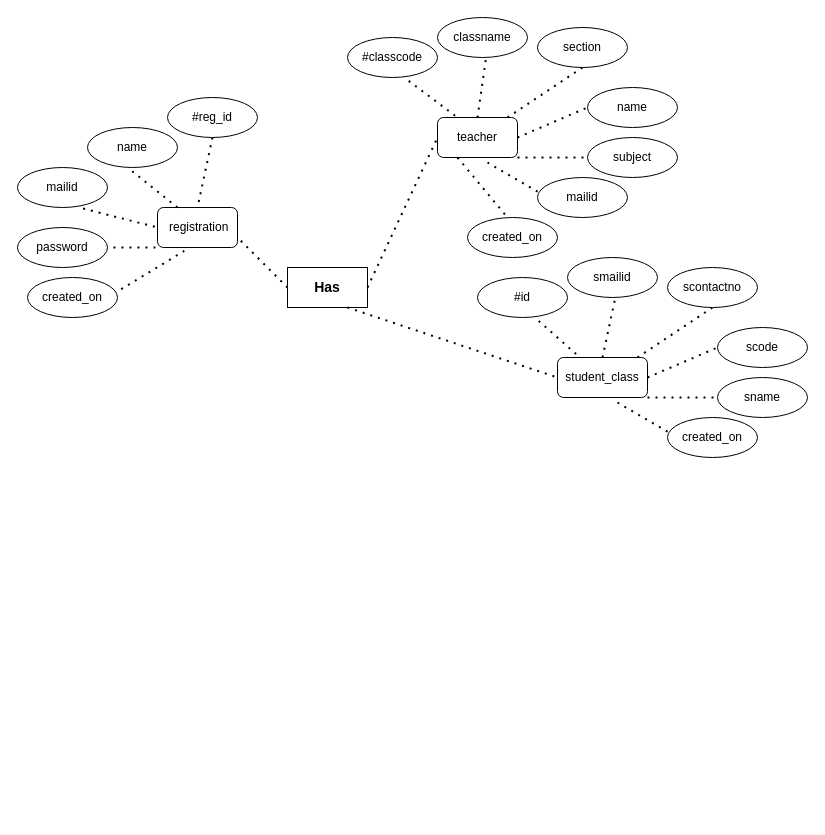
Above: VirtualClassroom/src/main/webapp/Custom CSS/Untitled Diagram.drawio in SPASM-project/Software-Project (draw.io), before the change. Source tidied: cells renumbered, new cells numbered last; positions are measured from the earlier drawing's top-left corner, leaving out a move shared by most shapes. Both pictures are drawn from the tidied source at 100%, with x=0, y=0 at pixel (17, 17).
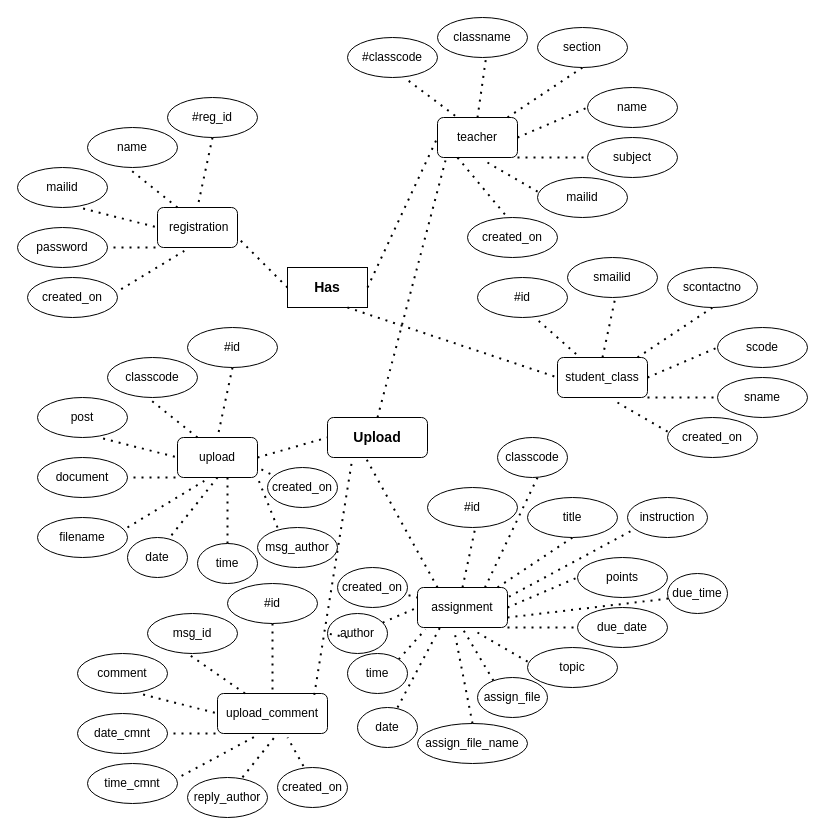
The same diagram, later.

The change refers to these unchanged cells:
```xml
<mxCell id="15" value="teacher" style="rounded=1;whiteSpace=wrap;html=1;" parent="1" vertex="1">
  <mxGeometry x="420" y="100" width="80" height="40" as="geometry" />
</mxCell>
```

Diff of the diagram source:
```diff
@@
+    <mxCell id="45" style="endArrow=none;dashed=1;html=1;dashPattern=1 3;strokeWidth=2;entryX=0.1;entryY=1.075;entryDx=0;entryDy=0;entryPerimeter=0;" parent="1" edge="1" target="15">
+      <mxGeometry relative="1" as="geometry">
+        <mxPoint x="360" y="400" as="sourcePoint" />
+      </mxGeometry>
+    </mxCell>
+    <mxCell id="46" value="&lt;font style=&quot;font-size: 14px&quot;&gt;&lt;b&gt;Upload&lt;/b&gt;&lt;/font&gt;" style="rounded=1;whiteSpace=wrap;html=1;" parent="1" vertex="1">
+      <mxGeometry x="310" y="400" width="100" height="40" as="geometry" />
+    </mxCell>
+    <mxCell id="47" value="upload" style="rounded=1;whiteSpace=wrap;html=1;" parent="1" vertex="1">
+      <mxGeometry x="160" y="420" width="80" height="40" as="geometry" />
+    </mxCell>
+    <mxCell id="48" style="endArrow=none;dashed=1;html=1;dashPattern=1 3;strokeWidth=2;exitX=0.25;exitY=0;exitDx=0;exitDy=0;" parent="1" edge="1" source="47">
+      <mxGeometry relative="1" as="geometry">
+        <mxPoint x="130" y="380" as="targetPoint" />
+      </mxGeometry>
+    </mxCell>
+    <mxCell id="49" style="endArrow=none;dashed=1;html=1;dashPattern=1 3;strokeWidth=2;exitX=0.729;exitY=1.025;exitDx=0;exitDy=0;exitPerimeter=0;" parent="1" edge="1" source="51">
+      <mxGeometry relative="1" as="geometry">
+        <mxPoint x="160" y="440" as="targetPoint" />
+      </mxGeometry>
+    </mxCell>
+    <mxCell id="50" value="classcode" style="ellipse;whiteSpace=wrap;html=1;" parent="1" vertex="1">
+      <mxGeometry x="90" y="340" width="90" height="40" as="geometry" />
+    </mxCell>
+    <mxCell id="51" value="post" style="ellipse;whiteSpace=wrap;html=1;" parent="1" vertex="1">
+      <mxGeometry x="20" y="380" width="90" height="40" as="geometry" />
+    </mxCell>
+    <mxCell id="52" style="endArrow=none;dashed=1;html=1;dashPattern=1 3;strokeWidth=2;entryX=0;entryY=1;entryDx=0;entryDy=0;" parent="1" edge="1" target="47">
+      <mxGeometry relative="1" as="geometry">
+        <mxPoint x="100" y="460" as="sourcePoint" />
+      </mxGeometry>
+    </mxCell>
+    <mxCell id="53" style="endArrow=none;dashed=1;html=1;dashPattern=1 3;strokeWidth=2;entryX=0.5;entryY=0;entryDx=0;entryDy=0;exitX=0.5;exitY=1;exitDx=0;exitDy=0;exitPerimeter=0;" parent="1" edge="1" source="55" target="47">
+      <mxGeometry relative="1" as="geometry" />
+    </mxCell>
+    <mxCell id="54" style="endArrow=none;dashed=1;html=1;dashPattern=1 3;strokeWidth=2;entryX=0.335;entryY=1.085;entryDx=0;entryDy=0;entryPerimeter=0;" parent="1" edge="1" target="47">
+      <mxGeometry relative="1" as="geometry">
+        <mxPoint x="110" y="510" as="sourcePoint" />
+      </mxGeometry>
+    </mxCell>
+    <mxCell id="55" value="#id" style="ellipse;whiteSpace=wrap;html=1;" parent="1" vertex="1">
+      <mxGeometry x="170" y="310" width="90" height="40" as="geometry" />
+    </mxCell>
+    <mxCell id="56" value="document" style="ellipse;whiteSpace=wrap;html=1;" parent="1" vertex="1">
+      <mxGeometry x="20" y="440" width="90" height="40" as="geometry" />
+    </mxCell>
+    <mxCell id="57" value="filename" style="ellipse;whiteSpace=wrap;html=1;" parent="1" vertex="1">
+      <mxGeometry x="20" y="500" width="90" height="40" as="geometry" />
+    </mxCell>
+    <mxCell id="58" value="upload_comment" style="rounded=1;whiteSpace=wrap;html=1;" parent="1" vertex="1">
+      <mxGeometry x="200" y="676" width="110" height="40" as="geometry" />
+    </mxCell>
+    <mxCell id="59" style="endArrow=none;dashed=1;html=1;dashPattern=1 3;strokeWidth=2;exitX=0.25;exitY=0;exitDx=0;exitDy=0;" parent="1" edge="1" source="58">
+      <mxGeometry relative="1" as="geometry">
+        <mxPoint x="170" y="636" as="targetPoint" />
+      </mxGeometry>
+    </mxCell>
+    <mxCell id="60" style="endArrow=none;dashed=1;html=1;dashPattern=1 3;strokeWidth=2;exitX=0.729;exitY=1.025;exitDx=0;exitDy=0;exitPerimeter=0;" parent="1" edge="1" source="62">
+      <mxGeometry relative="1" as="geometry">
+        <mxPoint x="200" y="696" as="targetPoint" />
+      </mxGeometry>
+    </mxCell>
+    <mxCell id="61" value="msg_id" style="ellipse;whiteSpace=wrap;html=1;" parent="1" vertex="1">
+      <mxGeometry x="130" y="596" width="90" height="40" as="geometry" />
+    </mxCell>
+    <mxCell id="62" value="comment" style="ellipse;whiteSpace=wrap;html=1;" parent="1" vertex="1">
+      <mxGeometry x="60" y="636" width="90" height="40" as="geometry" />
+    </mxCell>
+    <mxCell id="63" style="endArrow=none;dashed=1;html=1;dashPattern=1 3;strokeWidth=2;entryX=0;entryY=1;entryDx=0;entryDy=0;" parent="1" edge="1" target="58">
+      <mxGeometry relative="1" as="geometry">
+        <mxPoint x="140" y="716" as="sourcePoint" />
+      </mxGeometry>
+    </mxCell>
+    <mxCell id="64" style="endArrow=none;dashed=1;html=1;dashPattern=1 3;strokeWidth=2;entryX=0.5;entryY=0;entryDx=0;entryDy=0;exitX=0.5;exitY=1;exitDx=0;exitDy=0;exitPerimeter=0;" parent="1" edge="1" source="66" target="58">
+      <mxGeometry relative="1" as="geometry" />
+    </mxCell>
+    <mxCell id="65" style="endArrow=none;dashed=1;html=1;dashPattern=1 3;strokeWidth=2;entryX=0.335;entryY=1.085;entryDx=0;entryDy=0;entryPerimeter=0;" parent="1" edge="1" target="58">
+      <mxGeometry relative="1" as="geometry">
+        <mxPoint x="150" y="766" as="sourcePoint" />
+      </mxGeometry>
+    </mxCell>
+    <mxCell id="66" value="#id" style="ellipse;whiteSpace=wrap;html=1;" parent="1" vertex="1">
+      <mxGeometry x="210" y="566" width="90" height="40" as="geometry" />
+    </mxCell>
+    <mxCell id="67" value="date_cmnt" style="ellipse;whiteSpace=wrap;html=1;" parent="1" vertex="1">
+      <mxGeometry x="60" y="696" width="90" height="40" as="geometry" />
+    </mxCell>
+    <mxCell id="68" value="time_cmnt" style="ellipse;whiteSpace=wrap;html=1;" parent="1" vertex="1">
+      <mxGeometry x="70" y="746" width="90" height="40" as="geometry" />
+    </mxCell>
+    <mxCell id="69" value="assignment" style="rounded=1;whiteSpace=wrap;html=1;" parent="1" vertex="1">
+      <mxGeometry x="400" y="570" width="90" height="40" as="geometry" />
+    </mxCell>
+    <mxCell id="70" style="endArrow=none;dashed=1;html=1;dashPattern=1 3;strokeWidth=2;entryX=0.5;entryY=1;entryDx=0;entryDy=0;" parent="1" edge="1" target="76">
+      <mxGeometry relative="1" as="geometry">
+        <mxPoint x="480" y="570" as="sourcePoint" />
+      </mxGeometry>
+    </mxCell>
+    <mxCell id="71" style="endArrow=none;dashed=1;html=1;dashPattern=1 3;strokeWidth=2;" parent="1" edge="1">
+      <mxGeometry relative="1" as="geometry">
+        <mxPoint x="490" y="590" as="sourcePoint" />
+        <mxPoint x="560" y="560" as="targetPoint" />
+      </mxGeometry>
+    </mxCell>
+    <mxCell id="72" style="endArrow=none;dashed=1;html=1;dashPattern=1 3;strokeWidth=2;exitX=1;exitY=1;exitDx=0;exitDy=0;entryX=0;entryY=0.5;entryDx=0;entryDy=0;" parent="1" edge="1" source="69" target="78">
+      <mxGeometry relative="1" as="geometry" />
+    </mxCell>
+    <mxCell id="73" style="endArrow=none;dashed=1;html=1;dashPattern=1 3;strokeWidth=2;exitX=0.5;exitY=0;exitDx=0;exitDy=0;" parent="1" edge="1" source="69">
+      <mxGeometry relative="1" as="geometry">
+        <mxPoint x="460" y="500" as="targetPoint" />
+      </mxGeometry>
+    </mxCell>
+    <mxCell id="74" style="endArrow=none;dashed=1;html=1;dashPattern=1 3;strokeWidth=2;" parent="1" edge="1">
+      <mxGeometry relative="1" as="geometry">
+        <mxPoint x="460" y="615" as="sourcePoint" />
+        <mxPoint x="520" y="650" as="targetPoint" />
+      </mxGeometry>
+    </mxCell>
+    <mxCell id="75" value="#id" style="ellipse;whiteSpace=wrap;html=1;" parent="1" vertex="1">
+      <mxGeometry x="410" y="470" width="90" height="40" as="geometry" />
+    </mxCell>
+    <mxCell id="76" value="title" style="ellipse;whiteSpace=wrap;html=1;" parent="1" vertex="1">
+      <mxGeometry x="510" y="480" width="90" height="40" as="geometry" />
+    </mxCell>
+    <mxCell id="77" value="points" style="ellipse;whiteSpace=wrap;html=1;" parent="1" vertex="1">
+      <mxGeometry x="560" y="540" width="90" height="40" as="geometry" />
+    </mxCell>
+    <mxCell id="78" value="due_date" style="ellipse;whiteSpace=wrap;html=1;" parent="1" vertex="1">
+      <mxGeometry x="560" y="590" width="90" height="40" as="geometry" />
+    </mxCell>
+    <mxCell id="79" value="topic" style="ellipse;whiteSpace=wrap;html=1;" parent="1" vertex="1">
+      <mxGeometry x="510" y="630" width="90" height="40" as="geometry" />
+    </mxCell>
+    <mxCell id="80" style="endArrow=none;dashed=1;html=1;dashPattern=1 3;strokeWidth=2;exitX=1;exitY=0.5;exitDx=0;exitDy=0;entryX=0;entryY=0.5;entryDx=0;entryDy=0;" parent="1" edge="1" source="47" target="46">
+      <mxGeometry relative="1" as="geometry" />
+    </mxCell>
+    <mxCell id="81" style="endArrow=none;dashed=1;html=1;dashPattern=1 3;strokeWidth=2;entryX=0.25;entryY=1;entryDx=0;entryDy=0;exitX=0.88;exitY=0.035;exitDx=0;exitDy=0;exitPerimeter=0;" parent="1" edge="1" source="58" target="46">
+      <mxGeometry relative="1" as="geometry" />
+    </mxCell>
+    <mxCell id="82" style="endArrow=none;dashed=1;html=1;dashPattern=1 3;strokeWidth=2;entryX=0.388;entryY=1.035;entryDx=0;entryDy=0;entryPerimeter=0;" parent="1" edge="1" target="46">
+      <mxGeometry relative="1" as="geometry">
+        <mxPoint x="420" y="570" as="sourcePoint" />
+      </mxGeometry>
+    </mxCell>
+    <mxCell id="83" style="endArrow=none;dashed=1;html=1;dashPattern=1 3;strokeWidth=2;exitX=0.733;exitY=-0.055;exitDx=0;exitDy=0;exitPerimeter=0;" parent="1" edge="1" source="84">
+      <mxGeometry relative="1" as="geometry">
+        <mxPoint x="200" y="460" as="targetPoint" />
+      </mxGeometry>
+    </mxCell>
+    <mxCell id="84" value="date" style="ellipse;whiteSpace=wrap;html=1;" parent="1" vertex="1">
+      <mxGeometry x="110" y="520" width="60" height="40" as="geometry" />
+    </mxCell>
+    <mxCell id="85" style="endArrow=none;dashed=1;html=1;dashPattern=1 3;strokeWidth=2;exitX=0.5;exitY=0;exitDx=0;exitDy=0;" parent="1" edge="1" source="86">
+      <mxGeometry relative="1" as="geometry">
+        <mxPoint x="210" y="460" as="targetPoint" />
+      </mxGeometry>
+    </mxCell>
+    <mxCell id="86" value="time" style="ellipse;whiteSpace=wrap;html=1;" parent="1" vertex="1">
+      <mxGeometry x="180" y="526" width="60" height="40" as="geometry" />
+    </mxCell>
+    <mxCell id="87" style="endArrow=none;dashed=1;html=1;dashPattern=1 3;strokeWidth=2;" parent="1" edge="1">
+      <mxGeometry relative="1" as="geometry">
+        <mxPoint x="260" y="510" as="sourcePoint" />
+        <mxPoint x="240" y="460" as="targetPoint" />
+      </mxGeometry>
+    </mxCell>
+    <mxCell id="88" value="msg_author" style="ellipse;whiteSpace=wrap;html=1;" parent="1" vertex="1">
+      <mxGeometry x="240" y="510" width="80" height="40" as="geometry" />
+    </mxCell>
+    <mxCell id="89" style="endArrow=none;dashed=1;html=1;dashPattern=1 3;strokeWidth=2;" parent="1" edge="1">
+      <mxGeometry relative="1" as="geometry">
+        <mxPoint x="260" y="460" as="sourcePoint" />
+        <mxPoint x="240" y="450" as="targetPoint" />
+      </mxGeometry>
+    </mxCell>
+    <mxCell id="90" value="created_on" style="ellipse;whiteSpace=wrap;html=1;" parent="1" vertex="1">
+      <mxGeometry x="250" y="450" width="70" height="40" as="geometry" />
+    </mxCell>
+    <mxCell id="91" style="endArrow=none;dashed=1;html=1;dashPattern=1 3;strokeWidth=2;" parent="1" edge="1">
+      <mxGeometry relative="1" as="geometry">
+        <mxPoint x="220" y="766" as="sourcePoint" />
+        <mxPoint x="260" y="716" as="targetPoint" />
+      </mxGeometry>
+    </mxCell>
+    <mxCell id="92" style="endArrow=none;dashed=1;html=1;dashPattern=1 3;strokeWidth=2;exitX=0.37;exitY=-0.035;exitDx=0;exitDy=0;exitPerimeter=0;" parent="1" edge="1" source="94">
+      <mxGeometry relative="1" as="geometry">
+        <mxPoint x="270" y="720" as="targetPoint" />
+      </mxGeometry>
+    </mxCell>
+    <mxCell id="93" value="reply_author" style="ellipse;whiteSpace=wrap;html=1;" parent="1" vertex="1">
+      <mxGeometry x="170" y="760" width="80" height="40" as="geometry" />
+    </mxCell>
+    <mxCell id="94" value="created_on" style="ellipse;whiteSpace=wrap;html=1;" parent="1" vertex="1">
+      <mxGeometry x="260" y="750" width="70" height="40" as="geometry" />
+    </mxCell>
+    <mxCell id="95" style="endArrow=none;dashed=1;html=1;dashPattern=1 3;strokeWidth=2;entryX=0;entryY=0.25;entryDx=0;entryDy=0;" parent="1" edge="1" target="69">
+      <mxGeometry relative="1" as="geometry">
+        <mxPoint x="360" y="570" as="sourcePoint" />
+      </mxGeometry>
+    </mxCell>
+    <mxCell id="96" style="endArrow=none;dashed=1;html=1;dashPattern=1 3;strokeWidth=2;entryX=0.409;entryY=1.085;entryDx=0;entryDy=0;entryPerimeter=0;exitX=0.5;exitY=0;exitDx=0;exitDy=0;" parent="1" edge="1" source="106" target="69">
+      <mxGeometry relative="1" as="geometry" />
+    </mxCell>
+    <mxCell id="97" style="endArrow=none;dashed=1;html=1;dashPattern=1 3;strokeWidth=2;entryX=0.25;entryY=1;entryDx=0;entryDy=0;exitX=0.667;exitY=0;exitDx=0;exitDy=0;exitPerimeter=0;" parent="1" edge="1" source="107" target="69">
+      <mxGeometry relative="1" as="geometry" />
+    </mxCell>
+    <mxCell id="98" style="endArrow=none;dashed=1;html=1;dashPattern=1 3;strokeWidth=2;" parent="1" edge="1">
+      <mxGeometry relative="1" as="geometry">
+        <mxPoint x="480" y="670" as="sourcePoint" />
+        <mxPoint x="445" y="611" as="targetPoint" />
+      </mxGeometry>
+    </mxCell>
+    <mxCell id="99" style="endArrow=none;dashed=1;html=1;dashPattern=1 3;strokeWidth=2;entryX=0.089;entryY=1.045;entryDx=0;entryDy=0;entryPerimeter=0;exitX=1;exitY=0;exitDx=0;exitDy=0;" parent="1" edge="1" source="108" target="69">
+      <mxGeometry relative="1" as="geometry" />
+    </mxCell>
+    <mxCell id="100" style="endArrow=none;dashed=1;html=1;dashPattern=1 3;strokeWidth=2;entryX=0.75;entryY=0;entryDx=0;entryDy=0;" parent="1" edge="1" target="69">
+      <mxGeometry relative="1" as="geometry">
+        <mxPoint x="520" y="460" as="sourcePoint" />
+      </mxGeometry>
+    </mxCell>
+    <mxCell id="101" style="endArrow=none;dashed=1;html=1;dashPattern=1 3;strokeWidth=2;entryX=0;entryY=0.5;entryDx=0;entryDy=0;" parent="1" edge="1" source="110" target="69">
+      <mxGeometry relative="1" as="geometry" />
+    </mxCell>
+    <mxCell id="102" style="endArrow=none;dashed=1;html=1;dashPattern=1 3;strokeWidth=2;entryX=1;entryY=0.25;entryDx=0;entryDy=0;" parent="1" edge="1" target="69">
+      <mxGeometry relative="1" as="geometry">
+        <mxPoint x="620" y="510" as="sourcePoint" />
+      </mxGeometry>
+    </mxCell>
+    <mxCell id="103" value="classcode" style="ellipse;whiteSpace=wrap;html=1;" parent="1" vertex="1">
+      <mxGeometry x="480" y="420" width="70" height="40" as="geometry" />
+    </mxCell>
+    <mxCell id="104" value="instruction" style="ellipse;whiteSpace=wrap;html=1;" parent="1" vertex="1">
+      <mxGeometry x="610" y="480" width="80" height="40" as="geometry" />
+    </mxCell>
+    <mxCell id="105" value="assign_file" style="ellipse;whiteSpace=wrap;html=1;" parent="1" vertex="1">
+      <mxGeometry x="460" y="660" width="70" height="40" as="geometry" />
+    </mxCell>
+    <mxCell id="106" value="assign_file_name" style="ellipse;whiteSpace=wrap;html=1;" parent="1" vertex="1">
+      <mxGeometry x="400" y="706" width="110" height="40" as="geometry" />
+    </mxCell>
+    <mxCell id="107" value="date" style="ellipse;whiteSpace=wrap;html=1;" parent="1" vertex="1">
+      <mxGeometry x="340" y="690" width="60" height="40" as="geometry" />
+    </mxCell>
+    <mxCell id="108" value="time" style="ellipse;whiteSpace=wrap;html=1;" parent="1" vertex="1">
+      <mxGeometry x="330" y="636" width="60" height="40" as="geometry" />
+    </mxCell>
+    <mxCell id="109" value="created_on" style="ellipse;whiteSpace=wrap;html=1;" parent="1" vertex="1">
+      <mxGeometry x="320" y="550" width="70" height="40" as="geometry" />
+    </mxCell>
+    <mxCell id="110" value="author" style="ellipse;whiteSpace=wrap;html=1;" parent="1" vertex="1">
+      <mxGeometry x="310" y="596" width="60" height="40" as="geometry" />
+    </mxCell>
+    <mxCell id="111" style="endArrow=none;dashed=1;html=1;dashPattern=1 3;strokeWidth=2;entryX=0;entryY=0.5;entryDx=0;entryDy=0;" parent="1" edge="1" target="110">
+      <mxGeometry relative="1" as="geometry">
+        <mxPoint x="330" y="620" as="sourcePoint" />
+      </mxGeometry>
+    </mxCell>
+    <mxCell id="112" style="endArrow=none;dashed=1;html=1;dashPattern=1 3;strokeWidth=2;exitX=1;exitY=0.75;exitDx=0;exitDy=0;" parent="1" edge="1" source="69">
+      <mxGeometry relative="1" as="geometry">
+        <mxPoint x="660" y="580" as="targetPoint" />
+      </mxGeometry>
+    </mxCell>
+    <mxCell id="113" value="due_time" style="ellipse;whiteSpace=wrap;html=1;" parent="1" vertex="1">
+      <mxGeometry x="650" y="556" width="60" height="40" as="geometry" />
+    </mxCell>
```
